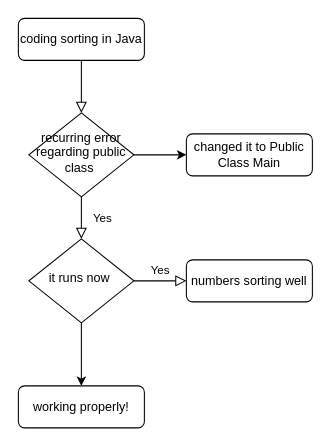
The draw.io diagram Untitled Diagram.drawio in DannySeal/seal-world, before the edit. Source tidied: cells renumbered, new cells numbered last; positions are measured from the earlier drawing's top-left corner, leaving out a move shared by most shapes. Both pictures are drawn from the tidied source at 105%, with x=0, y=0 at pixel (18, 18).
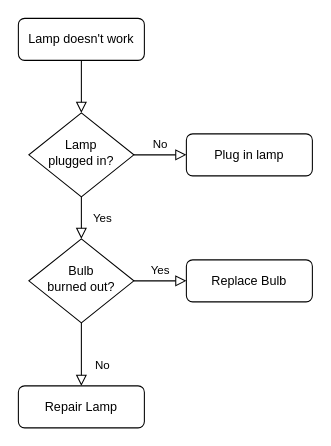
The same page after the edit.

Commit message:
Words Frequency

The edit, as a diff of the source:
```diff
@@
 <mxGraphModel>
   <root>
     <mxCell id="0" />
     <mxCell id="1" parent="0" />
     <mxCell id="2" style="rounded=0;html=1;jettySize=auto;fontSize=11;endArrow=block;endFill=0;endSize=8;strokeWidth=1;shadow=0;labelBackgroundColor=none;edgeStyle=orthogonalEdgeStyle;" parent="1" edge="1" source="3" target="6">
       <mxGeometry relative="1" as="geometry" />
     </mxCell>
-    <mxCell id="3" value="coding sorting in Java" style="rounded=1;whiteSpace=wrap;html=1;fontSize=12;glass=0;strokeWidth=1;shadow=0;" parent="1" vertex="1">
+    <mxCell id="3" value="Lamp doesn't work" style="rounded=1;whiteSpace=wrap;html=1;fontSize=12;glass=0;strokeWidth=1;shadow=0;" parent="1" vertex="1">
       <mxGeometry width="120" height="40" as="geometry" />
     </mxCell>
     <mxCell id="4" value="Yes" style="rounded=0;html=1;jettySize=auto;fontSize=11;endArrow=block;endFill=0;endSize=8;strokeWidth=1;shadow=0;labelBackgroundColor=none;edgeStyle=orthogonalEdgeStyle;" parent="1" edge="1" source="6" target="10">
       <mxGeometry y="20" relative="1" as="geometry" />
     </mxCell>
-    <mxCell id="5" style="edgeStyle=orthogonalEdgeStyle;rounded=0;jettySize=auto;html=1;strokeWidth=1;" parent="1" edge="1" source="6" target="7">
-      <mxGeometry relative="1" as="geometry" />
+    <mxCell id="5" value="No" style="edgeStyle=orthogonalEdgeStyle;rounded=0;html=1;jettySize=auto;fontSize=11;endArrow=block;endFill=0;endSize=8;strokeWidth=1;shadow=0;labelBackgroundColor=none;" parent="1" edge="1" source="6" target="7">
+      <mxGeometry y="10" relative="1" as="geometry" />
     </mxCell>
-    <mxCell id="6" value="recurring error regarding public class&amp;nbsp;" style="rhombus;whiteSpace=wrap;html=1;shadow=0;fontFamily=Helvetica;fontSize=12;align=center;strokeWidth=1;spacing=6;spacingTop=-4;" parent="1" vertex="1">
+    <mxCell id="6" value="Lamp&lt;br&gt;plugged in?" style="rhombus;whiteSpace=wrap;html=1;shadow=0;fontFamily=Helvetica;fontSize=12;align=center;strokeWidth=1;spacing=6;spacingTop=-4;" parent="1" vertex="1">
       <mxGeometry x="10" y="90" width="100" height="80" as="geometry" />
     </mxCell>
-    <mxCell id="7" value="changed it to Public Class Main" style="rounded=1;whiteSpace=wrap;html=1;fontSize=12;glass=0;strokeWidth=1;shadow=0;" parent="1" vertex="1">
+    <mxCell id="7" value="Plug in lamp" style="rounded=1;whiteSpace=wrap;html=1;fontSize=12;glass=0;strokeWidth=1;shadow=0;" parent="1" vertex="1">
       <mxGeometry x="160" y="110" width="120" height="40" as="geometry" />
     </mxCell>
+    <mxCell id="9" value="No" style="rounded=0;html=1;jettySize=auto;fontSize=11;endArrow=block;endFill=0;endSize=8;strokeWidth=1;shadow=0;labelBackgroundColor=none;edgeStyle=orthogonalEdgeStyle;" parent="1" edge="1" source="10" target="11">
+      <mxGeometry x="0.33" y="20" relative="1" as="geometry" />
+    </mxCell>
     <mxCell id="8" value="Yes" style="edgeStyle=orthogonalEdgeStyle;rounded=0;html=1;jettySize=auto;fontSize=11;endArrow=block;endFill=0;endSize=8;strokeWidth=1;shadow=0;labelBackgroundColor=none;" parent="1" edge="1" source="10" target="12">
       <mxGeometry y="10" relative="1" as="geometry" />
     </mxCell>
-    <mxCell id="9" style="edgeStyle=orthogonalEdgeStyle;rounded=0;jettySize=auto;html=1;exitX=0.5;exitY=1;exitDx=0;exitDy=0;entryX=0.5;entryY=0;entryDx=0;entryDy=0;strokeWidth=1;" parent="1" edge="1" source="10" target="11">
-      <mxGeometry relative="1" as="geometry" />
-    </mxCell>
-    <mxCell id="10" value="it runs now&amp;nbsp;" style="rhombus;whiteSpace=wrap;html=1;shadow=0;fontFamily=Helvetica;fontSize=12;align=center;strokeWidth=1;spacing=6;spacingTop=-4;" parent="1" vertex="1">
+    <mxCell id="10" value="Bulb&lt;br&gt;burned out?" style="rhombus;whiteSpace=wrap;html=1;shadow=0;fontFamily=Helvetica;fontSize=12;align=center;strokeWidth=1;spacing=6;spacingTop=-4;" parent="1" vertex="1">
       <mxGeometry x="10" y="210" width="100" height="80" as="geometry" />
     </mxCell>
-    <mxCell id="11" value="working properly!" style="rounded=1;whiteSpace=wrap;html=1;fontSize=12;glass=0;strokeWidth=1;shadow=0;" parent="1" vertex="1">
+    <mxCell id="11" value="Repair Lamp" style="rounded=1;whiteSpace=wrap;html=1;fontSize=12;glass=0;strokeWidth=1;shadow=0;" parent="1" vertex="1">
       <mxGeometry y="350" width="120" height="40" as="geometry" />
     </mxCell>
-    <mxCell id="12" value="numbers sorting well" style="rounded=1;whiteSpace=wrap;html=1;fontSize=12;glass=0;strokeWidth=1;shadow=0;" parent="1" vertex="1">
+    <mxCell id="12" value="Replace Bulb" style="rounded=1;whiteSpace=wrap;html=1;fontSize=12;glass=0;strokeWidth=1;shadow=0;" parent="1" vertex="1">
       <mxGeometry x="160" y="230" width="120" height="40" as="geometry" />
     </mxCell>
   </root>
 </mxGraphModel>
```
